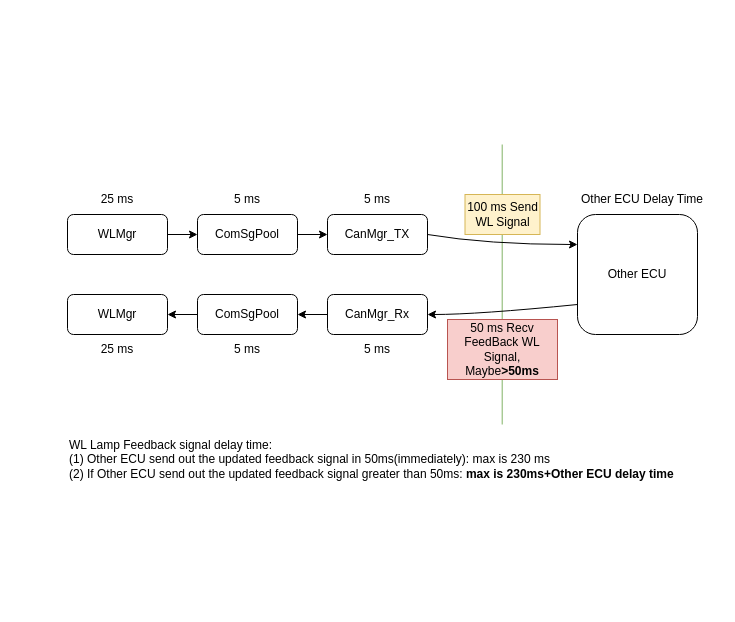
The draw.io diagram wl_feedback.drawio in woshitanwang/pics_procdure, before the edit. Source tidied: cells renumbered, new cells numbered last; positions are measured from the earlier drawing's top-left corner, leaving out a move shared by most shapes. Both pictures are drawn from the tidied source at 100%, with x=0, y=0 at pixel (67, 144).
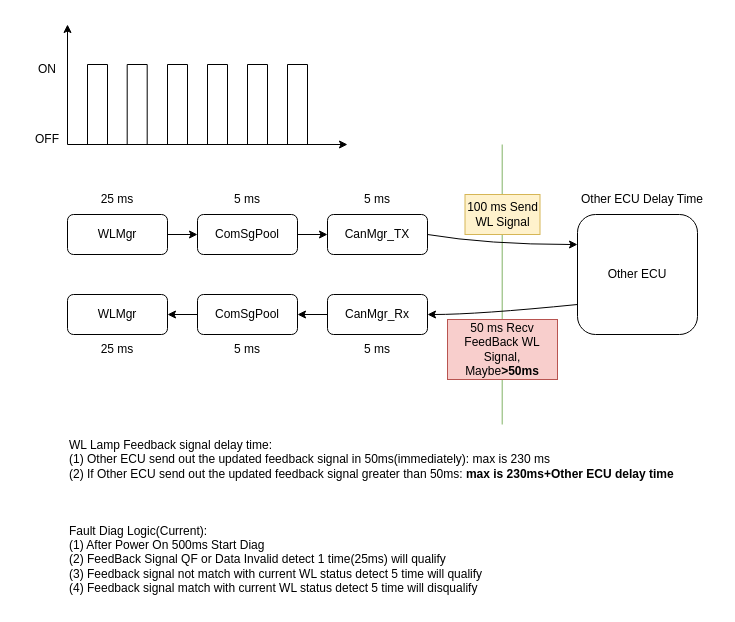
After the change.

The edit, as a diff of the source:
```diff
@@
+    <mxCell id="26" value="Fault Diag Logic(Current):&lt;br&gt;(1) After Power On 500ms Start Diag&lt;br&gt;(2) FeedBack Signal QF or Data Invalid detect 1 time(25ms) will qualify&lt;br&gt;(3) Feedback signal not match with current WL status detect 5 time will qualify&lt;br&gt;(4) Feedback signal match with current WL status detect 5 time will disqualify" style="text;html=1;strokeColor=none;fillColor=none;align=left;verticalAlign=middle;whiteSpace=wrap;rounded=0;" parent="1" vertex="1">
+      <mxGeometry y="370" width="440" height="90" as="geometry" />
+    </mxCell>
+    <mxCell id="27" style="endArrow=classic;html=1;rounded=0;" parent="1" edge="1">
+      <mxGeometry relative="1" as="geometry">
+        <mxPoint as="sourcePoint" />
+        <mxPoint y="-120" as="targetPoint" />
+      </mxGeometry>
+    </mxCell>
+    <mxCell id="28" style="endArrow=classic;html=1;rounded=0;" parent="1" edge="1">
+      <mxGeometry relative="1" as="geometry">
+        <mxPoint as="sourcePoint" />
+        <mxPoint x="280" as="targetPoint" />
+      </mxGeometry>
+    </mxCell>
+    <mxCell id="29" style="endArrow=none;html=1;rounded=0;" parent="1" edge="1">
+      <mxGeometry relative="1" as="geometry">
+        <mxPoint x="20" y="-80" as="sourcePoint" />
+        <mxPoint x="40" y="-80" as="targetPoint" />
+      </mxGeometry>
+    </mxCell>
+    <mxCell id="30" style="endArrow=none;html=1;rounded=0;" parent="1" edge="1">
+      <mxGeometry relative="1" as="geometry">
+        <mxPoint x="20" as="sourcePoint" />
+        <mxPoint x="20" y="-80" as="targetPoint" />
+      </mxGeometry>
+    </mxCell>
+    <mxCell id="31" style="endArrow=none;html=1;rounded=0;" parent="1" edge="1">
+      <mxGeometry relative="1" as="geometry">
+        <mxPoint x="40" as="sourcePoint" />
+        <mxPoint x="40" y="-80" as="targetPoint" />
+      </mxGeometry>
+    </mxCell>
+    <mxCell id="32" style="endArrow=none;html=1;rounded=0;" parent="1" edge="1">
+      <mxGeometry relative="1" as="geometry">
+        <mxPoint x="59.7" y="-80" as="sourcePoint" />
+        <mxPoint x="79.7" y="-80" as="targetPoint" />
+      </mxGeometry>
+    </mxCell>
+    <mxCell id="33" style="endArrow=none;html=1;rounded=0;" parent="1" edge="1">
+      <mxGeometry relative="1" as="geometry">
+        <mxPoint x="59.7" as="sourcePoint" />
+        <mxPoint x="59.7" y="-80" as="targetPoint" />
+      </mxGeometry>
+    </mxCell>
+    <mxCell id="34" style="endArrow=none;html=1;rounded=0;" parent="1" edge="1">
+      <mxGeometry relative="1" as="geometry">
+        <mxPoint x="79.7" as="sourcePoint" />
+        <mxPoint x="79.7" y="-80" as="targetPoint" />
+      </mxGeometry>
+    </mxCell>
+    <mxCell id="35" style="endArrow=none;html=1;rounded=0;" parent="1" edge="1">
+      <mxGeometry relative="1" as="geometry">
+        <mxPoint x="100" y="-80" as="sourcePoint" />
+        <mxPoint x="120" y="-80" as="targetPoint" />
+      </mxGeometry>
+    </mxCell>
+    <mxCell id="36" style="endArrow=none;html=1;rounded=0;" parent="1" edge="1">
+      <mxGeometry relative="1" as="geometry">
+        <mxPoint x="100" as="sourcePoint" />
+        <mxPoint x="100" y="-80" as="targetPoint" />
+      </mxGeometry>
+    </mxCell>
+    <mxCell id="37" style="endArrow=none;html=1;rounded=0;" parent="1" edge="1">
+      <mxGeometry relative="1" as="geometry">
+        <mxPoint x="120" as="sourcePoint" />
+        <mxPoint x="120" y="-80" as="targetPoint" />
+      </mxGeometry>
+    </mxCell>
+    <mxCell id="38" style="endArrow=none;html=1;rounded=0;" parent="1" edge="1">
+      <mxGeometry relative="1" as="geometry">
+        <mxPoint x="140" y="-80" as="sourcePoint" />
+        <mxPoint x="160" y="-80" as="targetPoint" />
+      </mxGeometry>
+    </mxCell>
+    <mxCell id="39" style="endArrow=none;html=1;rounded=0;" parent="1" edge="1">
+      <mxGeometry relative="1" as="geometry">
+        <mxPoint x="140" as="sourcePoint" />
+        <mxPoint x="140" y="-80" as="targetPoint" />
+      </mxGeometry>
+    </mxCell>
+    <mxCell id="40" style="endArrow=none;html=1;rounded=0;" parent="1" edge="1">
+      <mxGeometry relative="1" as="geometry">
+        <mxPoint x="160" as="sourcePoint" />
+        <mxPoint x="160" y="-80" as="targetPoint" />
+      </mxGeometry>
+    </mxCell>
+    <mxCell id="41" style="endArrow=none;html=1;rounded=0;" parent="1" edge="1">
+      <mxGeometry relative="1" as="geometry">
+        <mxPoint x="180" y="-80" as="sourcePoint" />
+        <mxPoint x="200" y="-80" as="targetPoint" />
+      </mxGeometry>
+    </mxCell>
+    <mxCell id="42" style="endArrow=none;html=1;rounded=0;" parent="1" edge="1">
+      <mxGeometry relative="1" as="geometry">
+        <mxPoint x="180" as="sourcePoint" />
+        <mxPoint x="180" y="-80" as="targetPoint" />
+      </mxGeometry>
+    </mxCell>
+    <mxCell id="43" style="endArrow=none;html=1;rounded=0;" parent="1" edge="1">
+      <mxGeometry relative="1" as="geometry">
+        <mxPoint x="200" as="sourcePoint" />
+        <mxPoint x="200" y="-80" as="targetPoint" />
+      </mxGeometry>
+    </mxCell>
+    <mxCell id="44" style="endArrow=none;html=1;rounded=0;" parent="1" edge="1">
+      <mxGeometry relative="1" as="geometry">
+        <mxPoint x="220" y="-80" as="sourcePoint" />
+        <mxPoint x="240" y="-80" as="targetPoint" />
+      </mxGeometry>
+    </mxCell>
+    <mxCell id="45" style="endArrow=none;html=1;rounded=0;" parent="1" edge="1">
+      <mxGeometry relative="1" as="geometry">
+        <mxPoint x="220" as="sourcePoint" />
+        <mxPoint x="220" y="-80" as="targetPoint" />
+      </mxGeometry>
+    </mxCell>
+    <mxCell id="46" style="endArrow=none;html=1;rounded=0;" parent="1" edge="1">
+      <mxGeometry relative="1" as="geometry">
+        <mxPoint x="240" as="sourcePoint" />
+        <mxPoint x="240" y="-80" as="targetPoint" />
+      </mxGeometry>
+    </mxCell>
+    <mxCell id="47" value="ON" style="text;html=1;strokeColor=none;fillColor=none;align=center;verticalAlign=middle;whiteSpace=wrap;rounded=0;" parent="1" vertex="1">
+      <mxGeometry x="-50" y="-90" width="60" height="30" as="geometry" />
+    </mxCell>
+    <mxCell id="48" value="OFF" style="text;html=1;strokeColor=none;fillColor=none;align=center;verticalAlign=middle;whiteSpace=wrap;rounded=0;" parent="1" vertex="1">
+      <mxGeometry x="-50" y="-20" width="60" height="30" as="geometry" />
+    </mxCell>
```
